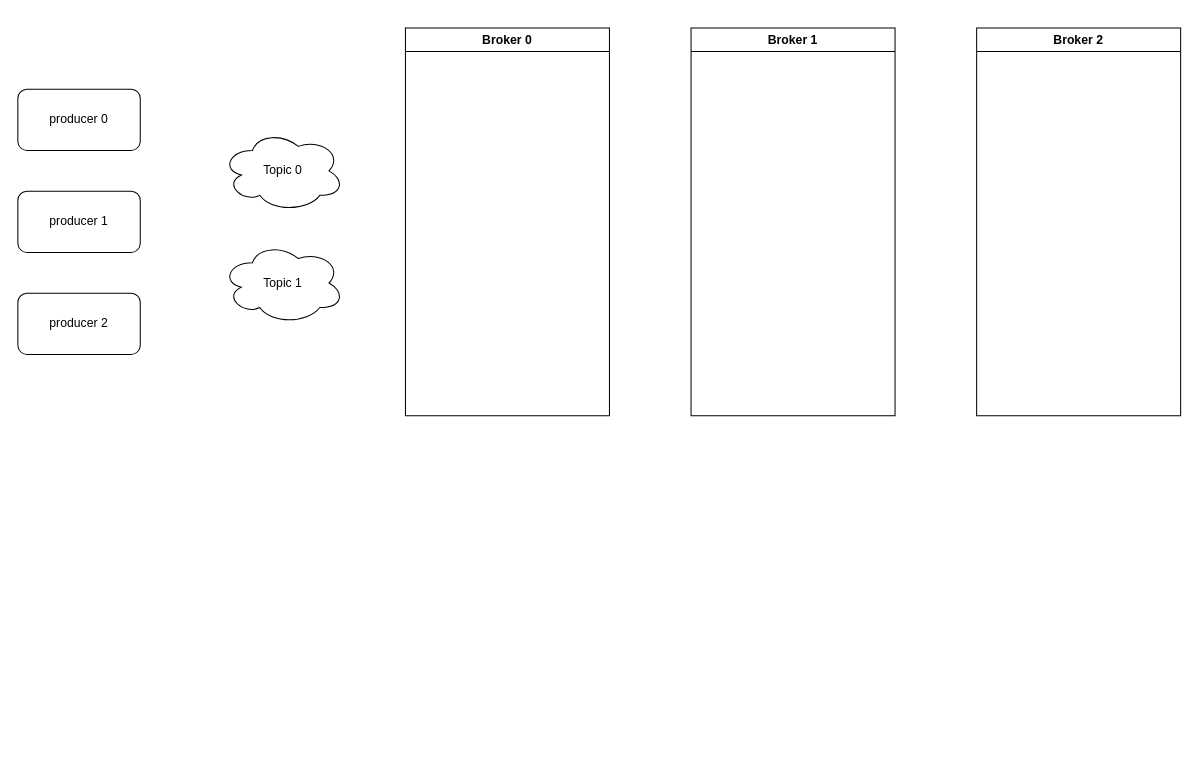
This is Kafka.drawio from ChrisFynnWang/algorithm, a draw.io file, before an edit. Source tidied: cells renumbered, new cells numbered last; positions are measured from the earlier drawing's top-left corner, leaving out a move shared by most shapes. Both pictures are drawn from the tidied source at 102%, with x=0, y=0 at pixel (17, 28).
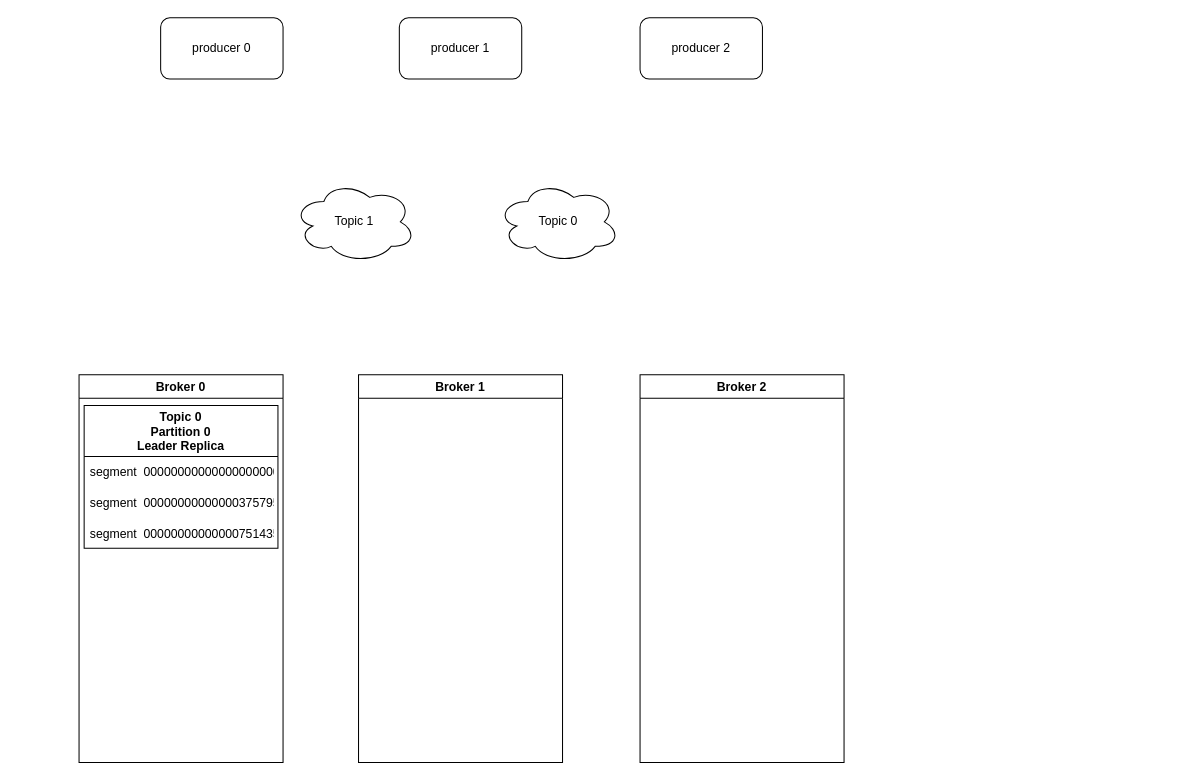
After the change.

Diff of the diagram source:
```diff
@@
 <mxGraphModel>
   <root>
     <mxCell id="0" />
     <mxCell id="1" parent="0" />
     <mxCell id="2" value="producer 0&lt;br&gt;" style="rounded=1;whiteSpace=wrap;html=1;" parent="1" vertex="1">
-      <mxGeometry y="60" width="120" height="60" as="geometry" />
+      <mxGeometry x="140" y="-10" width="120" height="60" as="geometry" />
     </mxCell>
     <mxCell id="3" value="producer 1" style="rounded=1;whiteSpace=wrap;html=1;" parent="1" vertex="1">
-      <mxGeometry y="160" width="120" height="60" as="geometry" />
+      <mxGeometry x="374" y="-10" width="120" height="60" as="geometry" />
     </mxCell>
     <mxCell id="4" value="producer 2" style="rounded=1;whiteSpace=wrap;html=1;" parent="1" vertex="1">
-      <mxGeometry y="260" width="120" height="60" as="geometry" />
+      <mxGeometry x="610" y="-10" width="120" height="60" as="geometry" />
     </mxCell>
     <mxCell id="5" value="Topic 0" style="ellipse;shape=cloud;whiteSpace=wrap;html=1;" parent="1" vertex="1">
-      <mxGeometry x="200" y="100" width="120" height="80" as="geometry" />
+      <mxGeometry x="470" y="150" width="120" height="80" as="geometry" />
     </mxCell>
     <mxCell id="6" value="Topic 1" style="ellipse;shape=cloud;whiteSpace=wrap;html=1;" parent="1" vertex="1">
-      <mxGeometry x="200" y="210" width="120" height="80" as="geometry" />
+      <mxGeometry x="270" y="150" width="120" height="80" as="geometry" />
     </mxCell>
     <mxCell id="7" value="Broker 0" style="swimlane;" parent="1" vertex="1">
-      <mxGeometry x="380" width="200" height="380" as="geometry" />
+      <mxGeometry x="60" y="340" width="200" height="380" as="geometry" />
     </mxCell>
+    <mxCell id="10" value="Topic 0&#10;Partition 0&#10;Leader Replica" style="swimlane;fontStyle=1;horizontal=1;startSize=50;" parent="7" vertex="1">
+      <mxGeometry x="5" y="30" width="190" height="140" as="geometry" />
+    </mxCell>
+    <mxCell id="11" value="segment  00000000000000000000" style="text;strokeColor=none;fillColor=none;align=left;verticalAlign=middle;spacingLeft=4;spacingRight=4;overflow=hidden;" parent="10" vertex="1">
+      <mxGeometry y="50" width="190" height="30" as="geometry" />
+    </mxCell>
+    <mxCell id="12" value="segment  00000000000000375795" style="text;strokeColor=none;fillColor=none;align=left;verticalAlign=middle;spacingLeft=4;spacingRight=4;overflow=hidden;" parent="10" vertex="1">
+      <mxGeometry y="80" width="190" height="30" as="geometry" />
+    </mxCell>
+    <mxCell id="13" value="segment  00000000000000751435" style="text;strokeColor=none;fillColor=none;align=left;verticalAlign=middle;spacingLeft=4;spacingRight=4;overflow=hidden;" parent="10" vertex="1">
+      <mxGeometry y="110" width="190" height="30" as="geometry" />
+    </mxCell>
     <mxCell id="8" value="Broker 1" style="swimlane;" parent="1" vertex="1">
-      <mxGeometry x="660" width="200" height="380" as="geometry" />
+      <mxGeometry x="334" y="340" width="200" height="380" as="geometry" />
     </mxCell>
     <mxCell id="9" value="Broker 2" style="swimlane;" parent="1" vertex="1">
-      <mxGeometry x="940" width="200" height="380" as="geometry" />
+      <mxGeometry x="610" y="340" width="200" height="380" as="geometry" />
     </mxCell>
   </root>
 </mxGraphModel>
```
